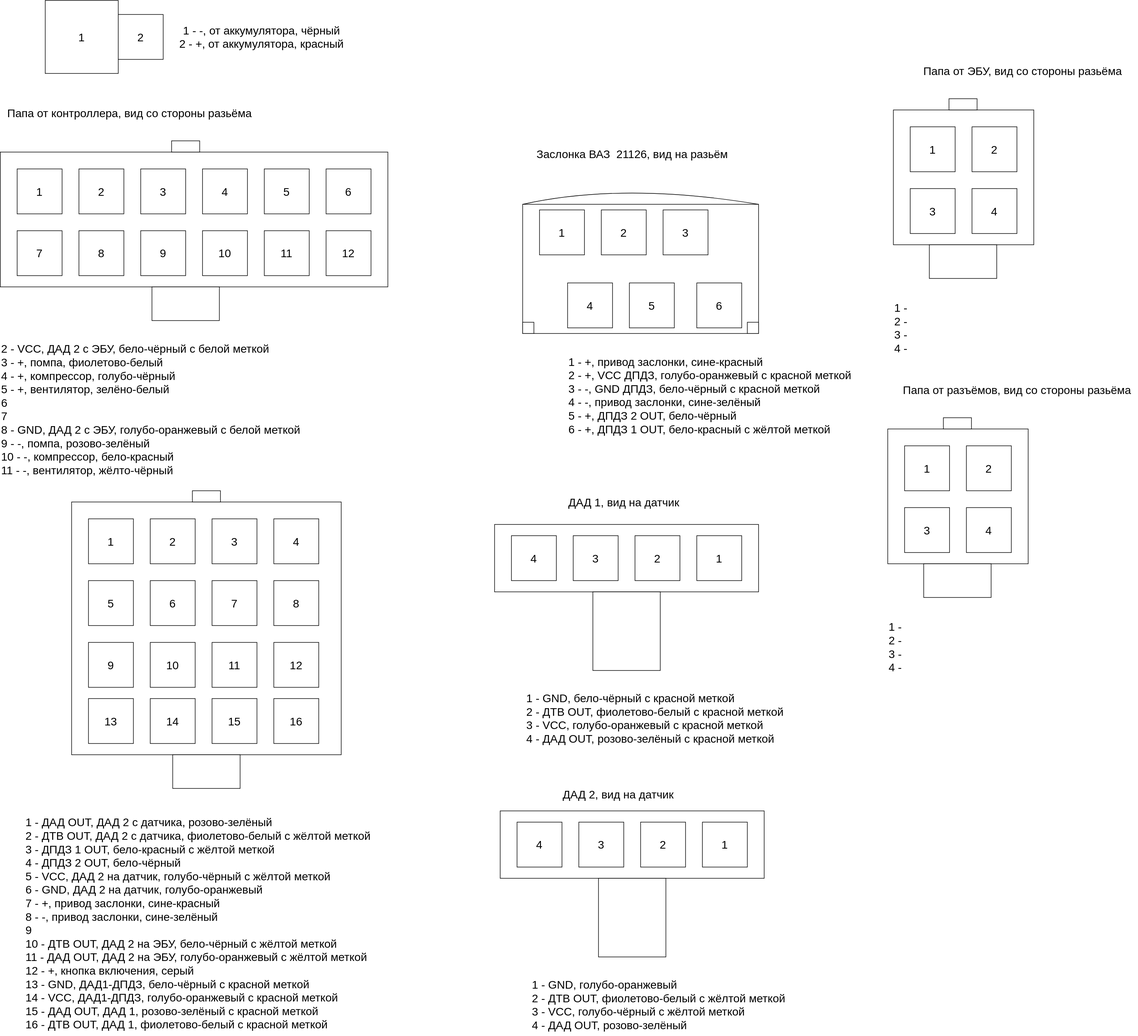
Earlier version of the draw.io export connector_scheme.drawio.svg (kak-tus/compressor). Source tidied: cells renumbered, new cells last; positions are measured from the earlier drawing's top-left corner, leaving out a move shared by most shapes.
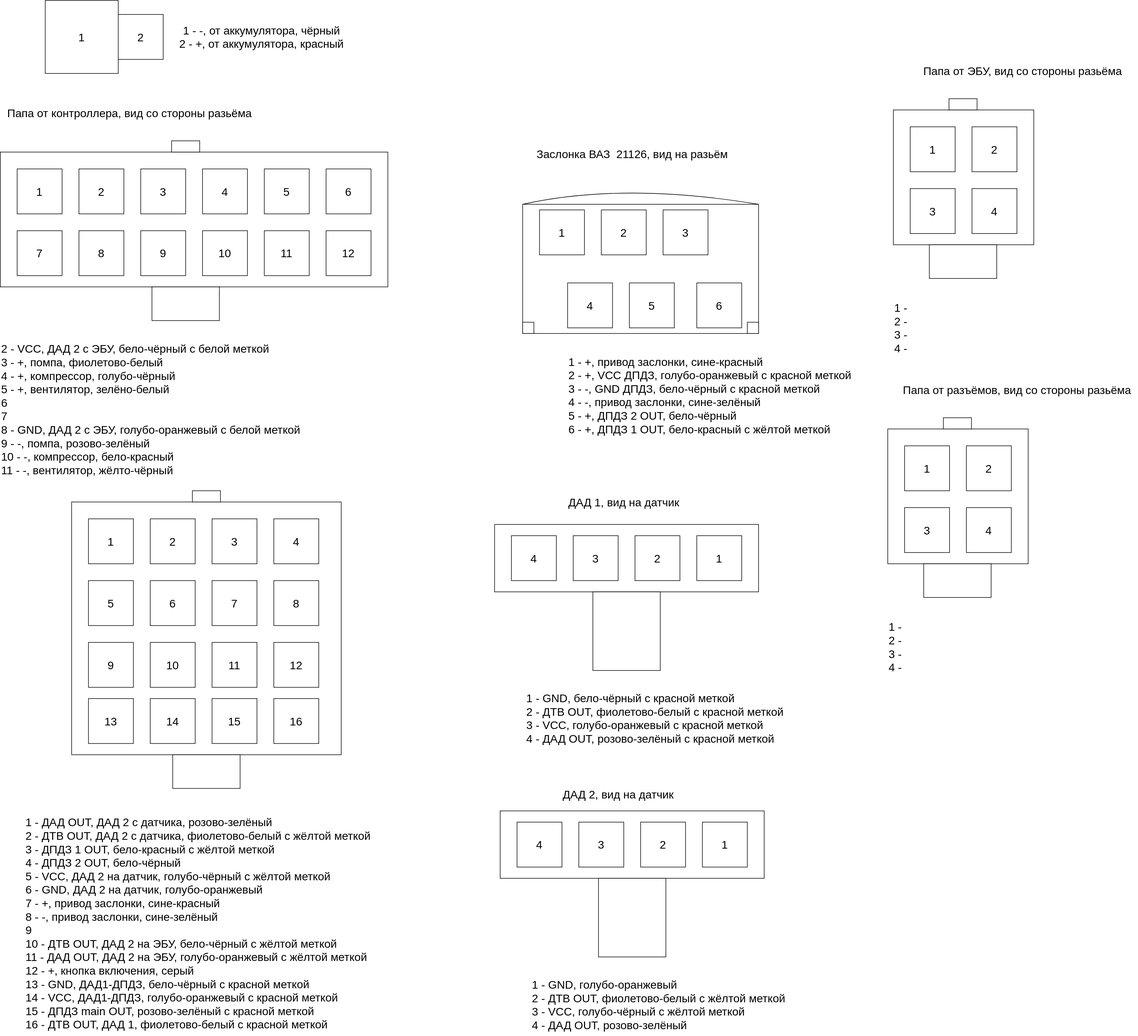
After the change.

Change to the diagram source:
```diff
@@ -207,7 +207,7 @@
     <mxCell id="68" value="&lt;font style=&quot;font-size: 20px;&quot;&gt;ДАД 1, вид на датчик&lt;/font&gt;" style="text;html=1;align=center;verticalAlign=middle;strokeColor=none;fillColor=none;" parent="1" vertex="1">
       <mxGeometry x="1000" y="873" width="220" height="40" as="geometry" />
     </mxCell>
-    <mxCell id="69" value="&lt;div style=&quot;text-align: left; font-size: 20px;&quot;&gt;&lt;span style=&quot;background-color: initial; font-size: 20px;&quot;&gt;1 - ДАД OUT, ДАД 2 с датчика, розово-зелёный&lt;/span&gt;&lt;/div&gt;&lt;div style=&quot;text-align: left; font-size: 20px;&quot;&gt;&lt;span style=&quot;background-color: initial; font-size: 20px;&quot;&gt;2 - ДТВ OUT, ДАД 2 с датчика, фиолетово-белый с жёлтой меткой&lt;/span&gt;&lt;/div&gt;&lt;div style=&quot;text-align: left; font-size: 20px;&quot;&gt;&lt;span style=&quot;background-color: initial; font-size: 20px;&quot;&gt;3 - ДПДЗ 1 OUT, бело-красный с жёлтой меткой&lt;/span&gt;&lt;/div&gt;&lt;div style=&quot;text-align: left; font-size: 20px;&quot;&gt;&lt;span style=&quot;background-color: initial; font-size: 20px;&quot;&gt;4 - ДПДЗ 2 OUT, бело-чёрный&lt;/span&gt;&lt;/div&gt;&lt;div style=&quot;text-align: left; font-size: 20px;&quot;&gt;&lt;span style=&quot;background-color: initial; font-size: 20px;&quot;&gt;5 - VCC, ДАД 2 на датчик, голубо-чёрный с жёлтой меткой&lt;/span&gt;&lt;/div&gt;&lt;div style=&quot;text-align: left; font-size: 20px;&quot;&gt;&lt;span style=&quot;background-color: initial; font-size: 20px;&quot;&gt;6 - GND, ДАД 2 на датчик, голубо-оранжевый&lt;/span&gt;&lt;/div&gt;&lt;div style=&quot;text-align: left; font-size: 20px;&quot;&gt;&lt;span style=&quot;background-color: initial; font-size: 20px;&quot;&gt;7 - +, привод заслонки, сине-красный&lt;/span&gt;&lt;/div&gt;&lt;div style=&quot;text-align: left; font-size: 20px;&quot;&gt;&lt;span style=&quot;background-color: initial; font-size: 20px;&quot;&gt;8 - -, привод заслонки, сине-зелёный&lt;/span&gt;&lt;/div&gt;&lt;div style=&quot;text-align: left; font-size: 20px;&quot;&gt;&lt;span style=&quot;background-color: initial; font-size: 20px;&quot;&gt;9&lt;/span&gt;&lt;/div&gt;&lt;div style=&quot;text-align: left; font-size: 20px;&quot;&gt;&lt;span style=&quot;background-color: initial; font-size: 20px;&quot;&gt;10 - ДТВ OUT, ДАД 2 на ЭБУ, бело-чёрный с жёлтой меткой&lt;/span&gt;&lt;/div&gt;&lt;div style=&quot;text-align: left; font-size: 20px;&quot;&gt;&lt;span style=&quot;background-color: initial; font-size: 20px;&quot;&gt;11 - ДАД OUT, ДАД 2 на ЭБУ, голубо-оранжевый с жёлтой меткой&lt;/span&gt;&lt;/div&gt;&lt;div style=&quot;text-align: left; font-size: 20px;&quot;&gt;&lt;span style=&quot;background-color: initial; font-size: 20px;&quot;&gt;12 - +, кнопка включения, серый&lt;/span&gt;&lt;/div&gt;&lt;div style=&quot;text-align: left; font-size: 20px;&quot;&gt;&lt;span style=&quot;background-color: initial; font-size: 20px;&quot;&gt;13 - GND, ДАД1-ДПДЗ, бело-чёрный с красной меткой&lt;/span&gt;&lt;/div&gt;&lt;div style=&quot;text-align: left; font-size: 20px;&quot;&gt;&lt;span style=&quot;background-color: initial; font-size: 20px;&quot;&gt;14 - VCC, ДАД1-ДПДЗ, голубо-оранжевый с красной меткой&lt;/span&gt;&lt;/div&gt;&lt;div style=&quot;text-align: left; font-size: 20px;&quot;&gt;&lt;span style=&quot;background-color: initial; font-size: 20px;&quot;&gt;15 - ДАД OUT, ДАД 1, розово-зелёный с красной меткой&lt;/span&gt;&lt;/div&gt;&lt;div style=&quot;text-align: left; font-size: 20px;&quot;&gt;&lt;span style=&quot;background-color: initial; font-size: 20px;&quot;&gt;16 - ДТВ OUT, ДАД 1, фиолетово-белый с красной меткой&lt;/span&gt;&lt;/div&gt;" style="text;html=1;align=center;verticalAlign=middle;strokeColor=none;fillColor=none;fontSize=20;" parent="1" vertex="1">
+    <mxCell id="69" value="&lt;div style=&quot;text-align: left; font-size: 20px;&quot;&gt;&lt;span style=&quot;background-color: initial; font-size: 20px;&quot;&gt;1 - ДАД OUT, ДАД 2 с датчика, розово-зелёный&lt;/span&gt;&lt;/div&gt;&lt;div style=&quot;text-align: left; font-size: 20px;&quot;&gt;&lt;span style=&quot;background-color: initial; font-size: 20px;&quot;&gt;2 - ДТВ OUT, ДАД 2 с датчика, фиолетово-белый с жёлтой меткой&lt;/span&gt;&lt;/div&gt;&lt;div style=&quot;text-align: left; font-size: 20px;&quot;&gt;&lt;span style=&quot;background-color: initial; font-size: 20px;&quot;&gt;3 - ДПДЗ 1 OUT, бело-красный с жёлтой меткой&lt;/span&gt;&lt;/div&gt;&lt;div style=&quot;text-align: left; font-size: 20px;&quot;&gt;&lt;span style=&quot;background-color: initial; font-size: 20px;&quot;&gt;4 - ДПДЗ 2 OUT, бело-чёрный&lt;/span&gt;&lt;/div&gt;&lt;div style=&quot;text-align: left; font-size: 20px;&quot;&gt;&lt;span style=&quot;background-color: initial; font-size: 20px;&quot;&gt;5 - VCC, ДАД 2 на датчик, голубо-чёрный с жёлтой меткой&lt;/span&gt;&lt;/div&gt;&lt;div style=&quot;text-align: left; font-size: 20px;&quot;&gt;&lt;span style=&quot;background-color: initial; font-size: 20px;&quot;&gt;6 - GND, ДАД 2 на датчик, голубо-оранжевый&lt;/span&gt;&lt;/div&gt;&lt;div style=&quot;text-align: left; font-size: 20px;&quot;&gt;&lt;span style=&quot;background-color: initial; font-size: 20px;&quot;&gt;7 - +, привод заслонки, сине-красный&lt;/span&gt;&lt;/div&gt;&lt;div style=&quot;text-align: left; font-size: 20px;&quot;&gt;&lt;span style=&quot;background-color: initial; font-size: 20px;&quot;&gt;8 - -, привод заслонки, сине-зелёный&lt;/span&gt;&lt;/div&gt;&lt;div style=&quot;text-align: left; font-size: 20px;&quot;&gt;&lt;span style=&quot;background-color: initial; font-size: 20px;&quot;&gt;9&lt;/span&gt;&lt;/div&gt;&lt;div style=&quot;text-align: left; font-size: 20px;&quot;&gt;&lt;span style=&quot;background-color: initial; font-size: 20px;&quot;&gt;10 - ДТВ OUT, ДАД 2 на ЭБУ, бело-чёрный с жёлтой меткой&lt;/span&gt;&lt;/div&gt;&lt;div style=&quot;text-align: left; font-size: 20px;&quot;&gt;&lt;span style=&quot;background-color: initial; font-size: 20px;&quot;&gt;11 - ДАД OUT, ДАД 2 на ЭБУ, голубо-оранжевый с жёлтой меткой&lt;/span&gt;&lt;/div&gt;&lt;div style=&quot;text-align: left; font-size: 20px;&quot;&gt;&lt;span style=&quot;background-color: initial; font-size: 20px;&quot;&gt;12 - +, кнопка включения, серый&lt;/span&gt;&lt;/div&gt;&lt;div style=&quot;text-align: left; font-size: 20px;&quot;&gt;&lt;span style=&quot;background-color: initial; font-size: 20px;&quot;&gt;13 - GND, ДАД1-ДПДЗ, бело-чёрный с красной меткой&lt;/span&gt;&lt;/div&gt;&lt;div style=&quot;text-align: left; font-size: 20px;&quot;&gt;&lt;span style=&quot;background-color: initial; font-size: 20px;&quot;&gt;14 - VCC, ДАД1-ДПДЗ, голубо-оранжевый с красной меткой&lt;/span&gt;&lt;/div&gt;&lt;div style=&quot;text-align: left; font-size: 20px;&quot;&gt;&lt;span style=&quot;background-color: initial; font-size: 20px;&quot;&gt;15 - ДПДЗ main OUT, розово-зелёный с красной меткой&lt;/span&gt;&lt;/div&gt;&lt;div style=&quot;text-align: left; font-size: 20px;&quot;&gt;&lt;span style=&quot;background-color: initial; font-size: 20px;&quot;&gt;16 - ДТВ OUT, ДАД 1, фиолетово-белый с красной меткой&lt;/span&gt;&lt;/div&gt;" style="text;html=1;align=center;verticalAlign=middle;strokeColor=none;fillColor=none;fontSize=20;" parent="1" vertex="1">
       <mxGeometry x="32" y="1443" width="640" height="400" as="geometry" />
     </mxCell>
     <mxCell id="70" style="rounded=0;whiteSpace=wrap;html=1;fontSize=20;" parent="1" vertex="1">
```
